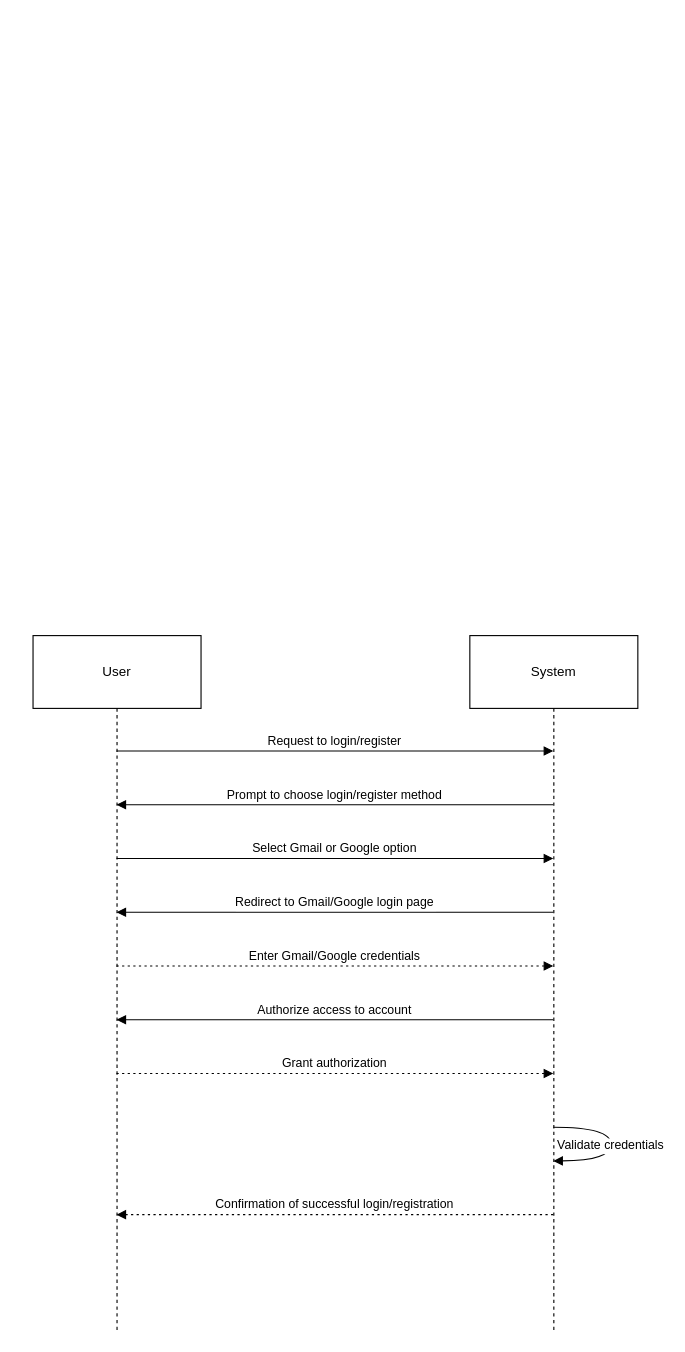
The draw.io diagram Untitled Diagram.drawio in ducdungtranquang/Bai-Web, before the edit. Source tidied: cells renumbered, new cells numbered last; positions are measured from the earlier drawing's top-left corner, leaving out a move shared by most shapes. Both pictures are drawn from the tidied source at 112%, with x=0, y=0 at pixel (32, 635).
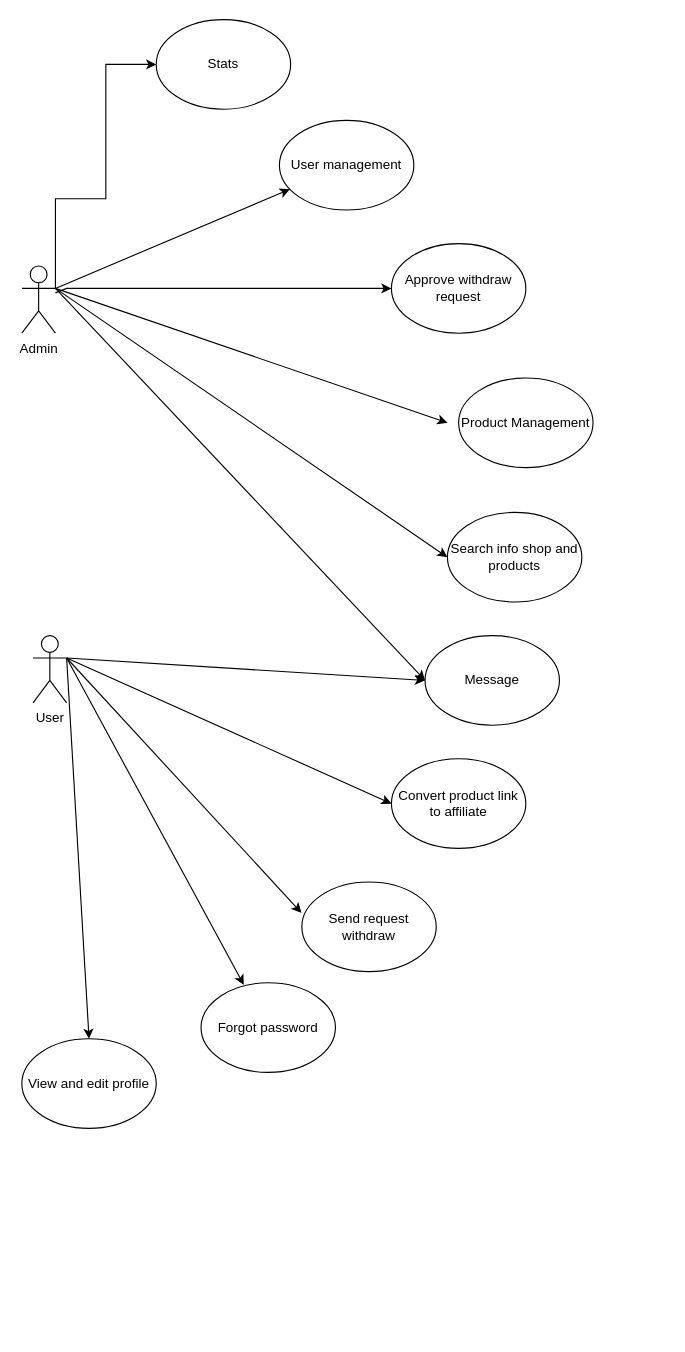
The same page after the edit.

The edit, as a diff of the source:
```diff
@@
+    <mxCell id="13" style="edgeStyle=orthogonalEdgeStyle;rounded=0;jettySize=auto;html=1;exitX=1;exitY=0.3333333333333333;exitDx=0;exitDy=0;exitPerimeter=0;entryX=0;entryY=0.5;entryDx=0;entryDy=0;" parent="1" edge="1" source="14" target="17">
+      <mxGeometry relative="1" as="geometry">
+        <Array as="points">
+          <mxPoint x="20" y="-390" />
+          <mxPoint x="65" y="-390" />
+          <mxPoint x="65" y="-510" />
+        </Array>
+      </mxGeometry>
+    </mxCell>
+    <mxCell id="14" value="Admin" style="shape=umlActor;verticalLabelPosition=bottom;verticalAlign=top;html=1;outlineConnect=0;" parent="1" vertex="1">
+      <mxGeometry x="-10" y="-330" width="30" height="60" as="geometry" />
+    </mxCell>
+    <mxCell id="15" value="User management" style="ellipse;whiteSpace=wrap;html=1;" parent="1" vertex="1">
+      <mxGeometry x="220" y="-460" width="120" height="80" as="geometry" />
+    </mxCell>
+    <mxCell id="16" value="Approve withdraw request" style="ellipse;whiteSpace=wrap;html=1;" parent="1" vertex="1">
+      <mxGeometry x="320" y="-350" width="120" height="80" as="geometry" />
+    </mxCell>
+    <mxCell id="17" value="Stats" style="ellipse;whiteSpace=wrap;html=1;" parent="1" vertex="1">
+      <mxGeometry x="110" y="-550" width="120" height="80" as="geometry" />
+    </mxCell>
+    <mxCell id="18" value="Product Management" style="ellipse;whiteSpace=wrap;html=1;" parent="1" vertex="1">
+      <mxGeometry x="380" y="-230" width="120" height="80" as="geometry" />
+    </mxCell>
+    <mxCell id="19" value="Search info shop and products" style="ellipse;whiteSpace=wrap;html=1;" parent="1" vertex="1">
+      <mxGeometry x="370" y="-110" width="120" height="80" as="geometry" />
+    </mxCell>
+    <mxCell id="20" value="Convert product link to affiliate" style="ellipse;whiteSpace=wrap;html=1;" parent="1" vertex="1">
+      <mxGeometry x="320" y="110" width="120" height="80" as="geometry" />
+    </mxCell>
+    <mxCell id="21" value="Message" style="ellipse;whiteSpace=wrap;html=1;" parent="1" vertex="1">
+      <mxGeometry x="350" width="120" height="80" as="geometry" />
+    </mxCell>
+    <mxCell id="22" value="Send request withdraw" style="ellipse;whiteSpace=wrap;html=1;" parent="1" vertex="1">
+      <mxGeometry x="240" y="220" width="120" height="80" as="geometry" />
+    </mxCell>
+    <mxCell id="23" value="Forgot password" style="ellipse;whiteSpace=wrap;html=1;" parent="1" vertex="1">
+      <mxGeometry x="150" y="310" width="120" height="80" as="geometry" />
+    </mxCell>
-    <mxCell id="2" value="User" style="shape=umlLifeline;perimeter=lifelinePerimeter;whiteSpace=wrap;outlineConnect=0;portConstraint=eastwest;newEdgeStyle={&quot;edgeStyle&quot;:&quot;elbowEdgeStyle&quot;,&quot;elbow&quot;:&quot;vertical&quot;,&quot;curved&quot;:0,&quot;rounded&quot;:0};size=65;" parent="1" vertex="1">
-      <mxGeometry width="150" height="622" as="geometry" />
+    <mxCell id="2" value="User" style="shape=umlActor;verticalLabelPosition=bottom;verticalAlign=top;html=1;outlineConnect=0;" parent="1" vertex="1">
+      <mxGeometry width="30" height="60" as="geometry" />
     </mxCell>
-    <mxCell id="3" value="System" style="shape=umlLifeline;perimeter=lifelinePerimeter;whiteSpace=wrap;outlineConnect=0;portConstraint=eastwest;newEdgeStyle={&quot;edgeStyle&quot;:&quot;elbowEdgeStyle&quot;,&quot;elbow&quot;:&quot;vertical&quot;,&quot;curved&quot;:0,&quot;rounded&quot;:0};size=65;" parent="1" vertex="1">
-      <mxGeometry x="390" width="150" height="622" as="geometry" />
-    </mxCell>
-    <mxCell id="4" value="Request to login/register" style="verticalAlign=bottom;edgeStyle=elbowEdgeStyle;elbow=vertical;curved=0;rounded=0;endArrow=block;" parent="1" edge="1" source="2" target="3">
-      <mxGeometry relative="1" as="geometry">
-        <Array as="points">
-          <mxPoint x="279" y="103" />
-        </Array>
-      </mxGeometry>
-    </mxCell>
-    <mxCell id="5" value="Prompt to choose login/register method" style="verticalAlign=bottom;edgeStyle=elbowEdgeStyle;elbow=vertical;curved=0;rounded=0;endArrow=block;" parent="1" edge="1" source="3" target="2">
-      <mxGeometry relative="1" as="geometry">
-        <Array as="points">
-          <mxPoint x="282" y="151" />
-        </Array>
-      </mxGeometry>
-    </mxCell>
-    <mxCell id="6" value="Select Gmail or Google option" style="verticalAlign=bottom;edgeStyle=elbowEdgeStyle;elbow=vertical;curved=0;rounded=0;endArrow=block;" parent="1" edge="1" source="2" target="3">
-      <mxGeometry relative="1" as="geometry">
-        <Array as="points">
-          <mxPoint x="279" y="199" />
-        </Array>
-      </mxGeometry>
-    </mxCell>
-    <mxCell id="7" value="Redirect to Gmail/Google login page" style="verticalAlign=bottom;edgeStyle=elbowEdgeStyle;elbow=vertical;curved=0;rounded=0;endArrow=block;" parent="1" edge="1" source="3" target="2">
-      <mxGeometry relative="1" as="geometry">
-        <Array as="points">
-          <mxPoint x="284" y="247" />
-        </Array>
-      </mxGeometry>
-    </mxCell>
-    <mxCell id="8" value="Enter Gmail/Google credentials" style="verticalAlign=bottom;edgeStyle=elbowEdgeStyle;elbow=vertical;curved=0;rounded=0;dashed=1;dashPattern=2 3;endArrow=block;" parent="1" edge="1" source="2" target="3">
-      <mxGeometry relative="1" as="geometry">
-        <Array as="points">
-          <mxPoint x="281" y="295" />
-        </Array>
-      </mxGeometry>
-    </mxCell>
-    <mxCell id="9" value="Authorize access to account" style="verticalAlign=bottom;edgeStyle=elbowEdgeStyle;elbow=vertical;curved=0;rounded=0;endArrow=block;" parent="1" edge="1" source="3" target="2">
-      <mxGeometry relative="1" as="geometry">
-        <Array as="points">
-          <mxPoint x="284" y="343" />
-        </Array>
-      </mxGeometry>
-    </mxCell>
-    <mxCell id="10" value="Grant authorization" style="verticalAlign=bottom;edgeStyle=elbowEdgeStyle;elbow=vertical;curved=0;rounded=0;dashed=1;dashPattern=2 3;endArrow=block;" parent="1" edge="1" source="2" target="3">
-      <mxGeometry relative="1" as="geometry">
-        <Array as="points">
-          <mxPoint x="283" y="391" />
-        </Array>
-      </mxGeometry>
-    </mxCell>
-    <mxCell id="11" value="Validate credentials" style="curved=1;endArrow=block;" parent="1" edge="1" source="3" target="3">
-      <mxGeometry relative="1" as="geometry">
-        <Array as="points">
-          <mxPoint x="516" y="439" />
-          <mxPoint x="516" y="469" />
-        </Array>
-      </mxGeometry>
-    </mxCell>
-    <mxCell id="12" value="Confirmation of successful login/registration" style="verticalAlign=bottom;edgeStyle=elbowEdgeStyle;elbow=vertical;curved=0;rounded=0;dashed=1;dashPattern=2 3;endArrow=block;" parent="1" edge="1" source="3" target="2">
-      <mxGeometry relative="1" as="geometry">
-        <Array as="points">
-          <mxPoint x="286" y="517" />
-        </Array>
-      </mxGeometry>
-    </mxCell>
+    <mxCell id="24" value="View and edit profile" style="ellipse;whiteSpace=wrap;html=1;" parent="1" vertex="1">
+      <mxGeometry x="-10" y="360" width="120" height="80" as="geometry" />
+    </mxCell>
+    <mxCell id="25" style="endArrow=classic;html=1;rounded=0;exitX=1;exitY=0.3333333333333333;exitDx=0;exitDy=0;exitPerimeter=0;" parent="1" edge="1" source="14" target="15">
+      <mxGeometry relative="1" as="geometry" />
+    </mxCell>
+    <mxCell id="26" style="endArrow=classic;html=1;rounded=0;entryX=0;entryY=0.5;entryDx=0;entryDy=0;" parent="1" edge="1" source="14" target="16">
+      <mxGeometry relative="1" as="geometry">
+        <Array as="points">
+          <mxPoint x="30" y="-310" />
+        </Array>
+      </mxGeometry>
+    </mxCell>
+    <mxCell id="27" style="endArrow=classic;html=1;rounded=0;exitX=1;exitY=0.3333333333333333;exitDx=0;exitDy=0;exitPerimeter=0;" parent="1" edge="1" source="14">
+      <mxGeometry relative="1" as="geometry">
+        <mxPoint x="370" y="-190" as="targetPoint" />
+      </mxGeometry>
+    </mxCell>
+    <mxCell id="28" style="endArrow=classic;html=1;rounded=0;exitX=1;exitY=0.3333333333333333;exitDx=0;exitDy=0;exitPerimeter=0;entryX=0;entryY=0.5;entryDx=0;entryDy=0;" parent="1" edge="1" source="14" target="19">
+      <mxGeometry relative="1" as="geometry" />
+    </mxCell>
+    <mxCell id="29" style="endArrow=classic;html=1;rounded=0;entryX=0;entryY=0.5;entryDx=0;entryDy=0;" parent="1" edge="1" target="21">
+      <mxGeometry relative="1" as="geometry">
+        <mxPoint x="20" y="-310" as="sourcePoint" />
+      </mxGeometry>
+    </mxCell>
+    <mxCell id="30" style="endArrow=classic;html=1;rounded=0;exitX=1;exitY=0.3333333333333333;exitDx=0;exitDy=0;exitPerimeter=0;" parent="1" edge="1" source="2">
+      <mxGeometry relative="1" as="geometry">
+        <mxPoint x="350" y="40" as="targetPoint" />
+      </mxGeometry>
+    </mxCell>
+    <mxCell id="31" style="endArrow=classic;html=1;rounded=0;exitX=1;exitY=0.3333333333333333;exitDx=0;exitDy=0;exitPerimeter=0;entryX=0;entryY=0.5;entryDx=0;entryDy=0;" parent="1" edge="1" source="2" target="20">
+      <mxGeometry relative="1" as="geometry" />
+    </mxCell>
+    <mxCell id="32" style="endArrow=classic;html=1;rounded=0;exitX=1;exitY=0.3333333333333333;exitDx=0;exitDy=0;exitPerimeter=0;entryX=-0.003;entryY=0.344;entryDx=0;entryDy=0;entryPerimeter=0;" parent="1" edge="1" target="22">
+      <mxGeometry relative="1" as="geometry">
+        <mxPoint x="30" y="20" as="sourcePoint" />
+      </mxGeometry>
+    </mxCell>
+    <mxCell id="33" style="endArrow=classic;html=1;rounded=0;entryX=0.5;entryY=0;entryDx=0;entryDy=0;exitX=1;exitY=0.3333333333333333;exitDx=0;exitDy=0;exitPerimeter=0;" parent="1" edge="1" source="2" target="24">
+      <mxGeometry relative="1" as="geometry" />
+    </mxCell>
+    <mxCell id="34" style="endArrow=classic;html=1;rounded=0;exitX=1;exitY=0.3333333333333333;exitDx=0;exitDy=0;exitPerimeter=0;entryX=0.318;entryY=0.022;entryDx=0;entryDy=0;entryPerimeter=0;" parent="1" edge="1" target="23">
+      <mxGeometry relative="1" as="geometry">
+        <mxPoint x="30" y="20" as="sourcePoint" />
+      </mxGeometry>
+    </mxCell>
```
